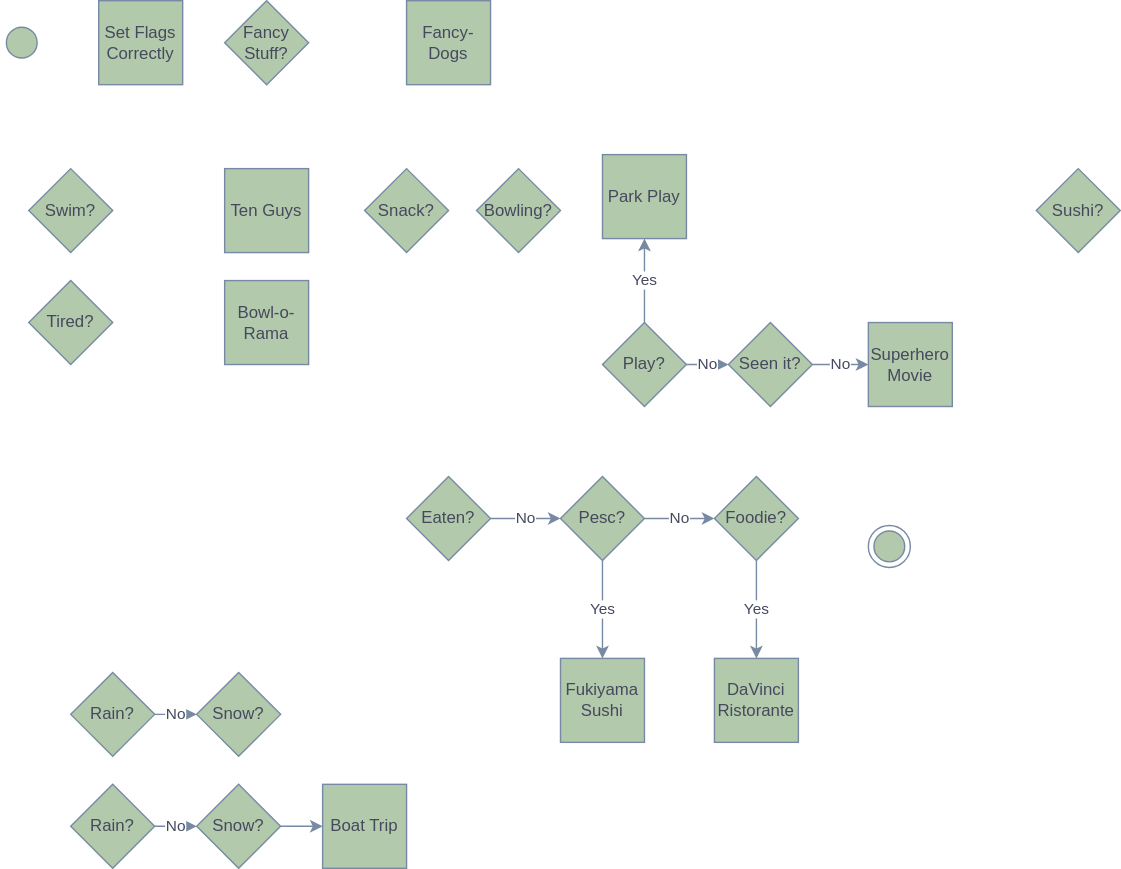
Earlier version of the draw.io export date-night-dilemma.drawio.svg (yewscion/yewscion). Source tidied: cells renumbered, new cells last; positions are measured from the earlier drawing's top-left corner, leaving out a move shared by most shapes.
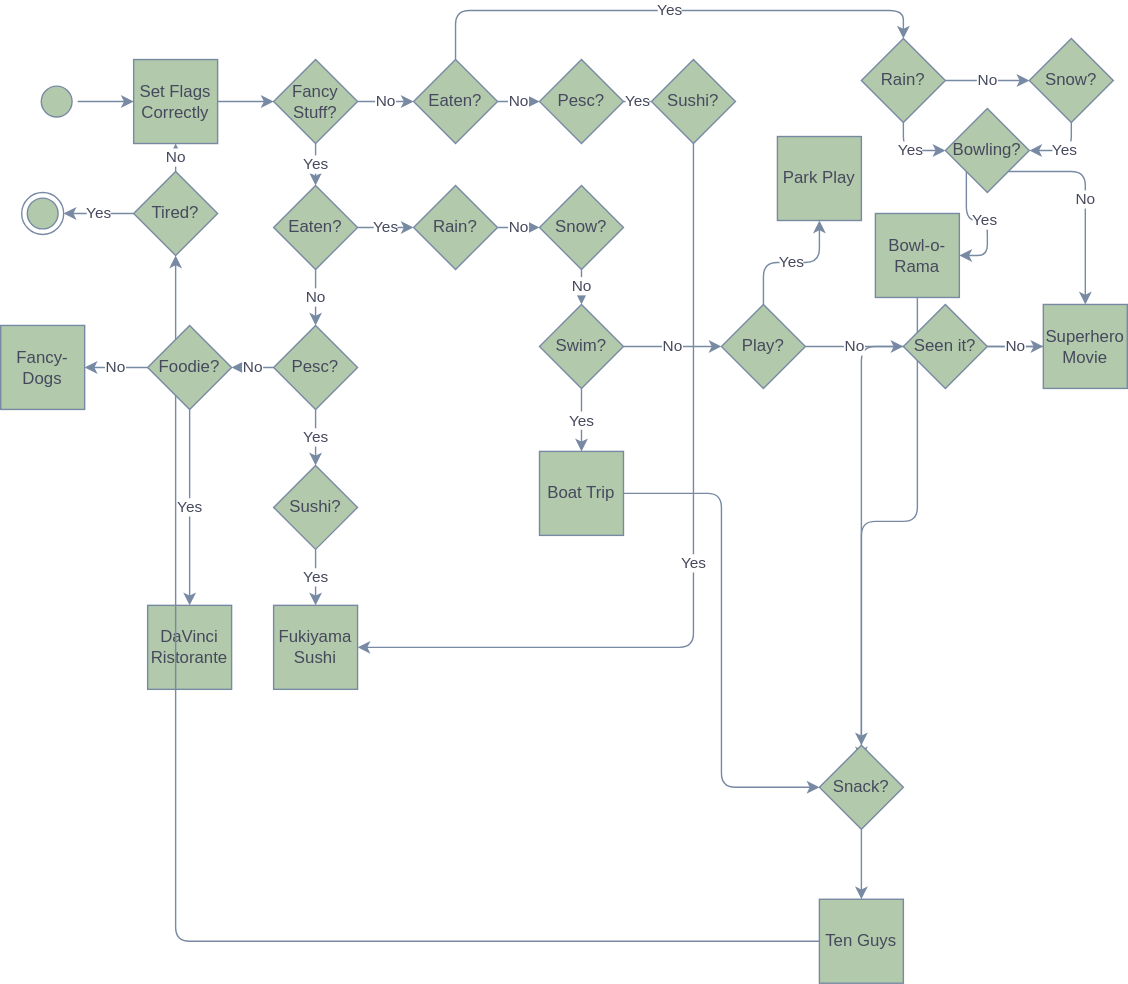
The same diagram one commit later.

What changed in the source:
```diff
@@ -2,71 +2,110 @@
   <root>
     <mxCell id="0" />
     <mxCell id="1" parent="0" />
+    <mxCell id="38" style="edgeStyle=orthogonalEdgeStyle;curved=0;rounded=1;sketch=0;jettySize=auto;html=1;fontColor=#46495D;strokeColor=#788AA3;fillColor=#B2C9AB;" parent="1" edge="1" source="2" target="28">
+      <mxGeometry relative="1" as="geometry" />
+    </mxCell>
     <mxCell id="2" style="ellipse;html=1;shape=startState;fillColor=#B2C9AB;strokeColor=#788AA3;fontColor=#46495D;" parent="1" vertex="1">
       <mxGeometry y="15" width="30" height="30" as="geometry" />
     </mxCell>
     <mxCell id="3" value="&lt;div&gt;DaVinci&lt;/div&gt;&lt;div&gt;Ristorante&lt;br&gt;&lt;/div&gt;" style="rounded=0;whiteSpace=wrap;html=1;fillColor=#B2C9AB;strokeColor=#788AA3;fontColor=#46495D;" parent="1" vertex="1">
-      <mxGeometry x="510" y="470" width="60" height="60" as="geometry" />
+      <mxGeometry x="80" y="390" width="60" height="60" as="geometry" />
     </mxCell>
+    <mxCell id="39" style="edgeStyle=orthogonalEdgeStyle;curved=0;rounded=1;sketch=0;jettySize=auto;html=1;entryX=0.5;entryY=0;entryDx=0;entryDy=0;fontColor=#46495D;strokeColor=#788AA3;fillColor=#B2C9AB;" parent="1" edge="1" source="4" target="21">
+      <mxGeometry relative="1" as="geometry" />
+    </mxCell>
     <mxCell id="4" value="&lt;div&gt;Superhero&lt;/div&gt;&lt;div&gt;Movie&lt;br&gt;&lt;/div&gt;" style="rounded=0;whiteSpace=wrap;html=1;fillColor=#B2C9AB;strokeColor=#788AA3;fontColor=#46495D;" parent="1" vertex="1">
-      <mxGeometry x="620" y="230" width="60" height="60" as="geometry" />
+      <mxGeometry x="720" y="175" width="60" height="60" as="geometry" />
     </mxCell>
     <mxCell id="5" value="Park Play" style="rounded=0;whiteSpace=wrap;html=1;fillColor=#B2C9AB;strokeColor=#788AA3;fontColor=#46495D;" parent="1" vertex="1">
-      <mxGeometry x="430" y="110" width="60" height="60" as="geometry" />
+      <mxGeometry x="530" y="55" width="60" height="60" as="geometry" />
     </mxCell>
     <mxCell id="6" value="Fukiyama Sushi" style="rounded=0;whiteSpace=wrap;html=1;fillColor=#B2C9AB;strokeColor=#788AA3;fontColor=#46495D;" parent="1" vertex="1">
-      <mxGeometry x="400" y="470" width="60" height="60" as="geometry" />
+      <mxGeometry x="170" y="390" width="60" height="60" as="geometry" />
     </mxCell>
+    <mxCell id="40" style="edgeStyle=orthogonalEdgeStyle;curved=0;rounded=1;sketch=0;jettySize=auto;html=1;entryX=0;entryY=0.5;entryDx=0;entryDy=0;fontColor=#46495D;strokeColor=#788AA3;fillColor=#B2C9AB;" parent="1" edge="1" source="7" target="21">
+      <mxGeometry relative="1" as="geometry" />
+    </mxCell>
     <mxCell id="7" value="Boat Trip" style="rounded=0;whiteSpace=wrap;html=1;fillColor=#B2C9AB;strokeColor=#788AA3;fontColor=#46495D;" parent="1" vertex="1">
-      <mxGeometry x="230" y="560" width="60" height="60" as="geometry" />
+      <mxGeometry x="360" y="280" width="60" height="60" as="geometry" />
     </mxCell>
+    <mxCell id="41" style="edgeStyle=orthogonalEdgeStyle;curved=0;rounded=1;sketch=0;jettySize=auto;html=1;entryX=0.5;entryY=0.167;entryDx=0;entryDy=0;entryPerimeter=0;fontColor=#46495D;strokeColor=#788AA3;fillColor=#B2C9AB;" parent="1" edge="1" source="8" target="21">
+      <mxGeometry relative="1" as="geometry" />
+    </mxCell>
     <mxCell id="8" value="Bowl-o-Rama" style="rounded=0;whiteSpace=wrap;html=1;fillColor=#B2C9AB;strokeColor=#788AA3;fontColor=#46495D;" parent="1" vertex="1">
-      <mxGeometry x="160" y="200" width="60" height="60" as="geometry" />
+      <mxGeometry x="600" y="110" width="60" height="60" as="geometry" />
     </mxCell>
     <mxCell id="9" value="Fancy-Dogs" style="rounded=0;whiteSpace=wrap;html=1;fillColor=#B2C9AB;strokeColor=#788AA3;fontColor=#46495D;" parent="1" vertex="1">
-      <mxGeometry x="290" width="60" height="60" as="geometry" />
+      <mxGeometry x="-25" y="190" width="60" height="60" as="geometry" />
     </mxCell>
+    <mxCell id="42" style="edgeStyle=orthogonalEdgeStyle;curved=0;rounded=1;sketch=0;jettySize=auto;html=1;fontColor=#46495D;strokeColor=#788AA3;fillColor=#B2C9AB;" parent="1" edge="1" source="10" target="11">
+      <mxGeometry relative="1" as="geometry" />
+    </mxCell>
     <mxCell id="10" value="Ten Guys" style="rounded=0;whiteSpace=wrap;html=1;fillColor=#B2C9AB;strokeColor=#788AA3;fontColor=#46495D;" parent="1" vertex="1">
-      <mxGeometry x="160" y="120" width="60" height="60" as="geometry" />
+      <mxGeometry x="560" y="600" width="60" height="60" as="geometry" />
     </mxCell>
+    <mxCell id="43" value="No" style="edgeStyle=orthogonalEdgeStyle;curved=0;rounded=1;sketch=0;jettySize=auto;html=1;fontColor=#46495D;strokeColor=#788AA3;fillColor=#B2C9AB;" parent="1" edge="1" source="11" target="28">
+      <mxGeometry relative="1" as="geometry" />
+    </mxCell>
+    <mxCell id="44" value="Yes" style="edgeStyle=orthogonalEdgeStyle;curved=0;rounded=1;sketch=0;jettySize=auto;html=1;fontColor=#46495D;strokeColor=#788AA3;fillColor=#B2C9AB;" parent="1" edge="1" source="11" target="29">
+      <mxGeometry relative="1" as="geometry" />
+    </mxCell>
     <mxCell id="11" value="&lt;div&gt;Tired?&lt;br&gt;&lt;/div&gt;" style="rhombus;whiteSpace=wrap;html=1;fillColor=#B2C9AB;strokeColor=#788AA3;fontColor=#46495D;" parent="1" vertex="1">
-      <mxGeometry x="20" y="200" width="60" height="60" as="geometry" />
+      <mxGeometry x="70" y="80" width="60" height="60" as="geometry" />
     </mxCell>
     <mxCell id="12" value="No" style="edgeStyle=orthogonalEdgeStyle;curved=0;rounded=1;sketch=0;jettySize=auto;html=1;fontColor=#46495D;strokeColor=#788AA3;fillColor=#B2C9AB;" parent="1" edge="1" source="14" target="23">
       <mxGeometry relative="1" as="geometry" />
     </mxCell>
-    <mxCell id="13" value="Yes" style="edgeStyle=orthogonalEdgeStyle;curved=0;rounded=1;sketch=0;jettySize=auto;html=1;fontColor=#46495D;strokeColor=#788AA3;fillColor=#B2C9AB;" parent="1" edge="1" source="14" target="6">
-      <mxGeometry relative="1" as="geometry" />
-    </mxCell>
+    <mxCell id="45" value="Yes" style="edgeStyle=orthogonalEdgeStyle;curved=0;rounded=1;sketch=0;jettySize=auto;html=1;fontColor=#46495D;strokeColor=#788AA3;fillColor=#B2C9AB;" parent="1" edge="1" source="14" target="15">
+      <mxGeometry relative="1" as="geometry" />
+    </mxCell>
     <mxCell id="14" value="Pesc?" style="rhombus;whiteSpace=wrap;html=1;fillColor=#B2C9AB;strokeColor=#788AA3;fontColor=#46495D;" parent="1" vertex="1">
-      <mxGeometry x="400" y="340" width="60" height="60" as="geometry" />
+      <mxGeometry x="170" y="190" width="60" height="60" as="geometry" />
     </mxCell>
+    <mxCell id="46" value="Yes" style="edgeStyle=orthogonalEdgeStyle;curved=0;rounded=1;sketch=0;jettySize=auto;html=1;fontColor=#46495D;strokeColor=#788AA3;fillColor=#B2C9AB;" parent="1" edge="1" source="15" target="6">
+      <mxGeometry relative="1" as="geometry" />
+    </mxCell>
     <mxCell id="15" value="Sushi?" style="rhombus;whiteSpace=wrap;html=1;fillColor=#B2C9AB;strokeColor=#788AA3;fontColor=#46495D;" parent="1" vertex="1">
-      <mxGeometry x="740" y="120" width="60" height="60" as="geometry" />
+      <mxGeometry x="170" y="290" width="60" height="60" as="geometry" />
     </mxCell>
-    <mxCell id="16" value="No" style="edgeStyle=orthogonalEdgeStyle;curved=0;rounded=1;sketch=0;jettySize=auto;html=1;fontColor=#46495D;strokeColor=#788AA3;fillColor=#B2C9AB;" parent="1" edge="1" source="17" target="14">
+    <mxCell id="16" value="No" style="edgeStyle=orthogonalEdgeStyle;curved=0;rounded=1;sketch=0;jettySize=auto;html=1;fontColor=#46495D;strokeColor=#788AA3;fillColor=#B2C9AB;exitX=0.5;exitY=1;exitDx=0;exitDy=0;" parent="1" edge="1" source="17" target="14">
       <mxGeometry relative="1" as="geometry" />
     </mxCell>
+    <mxCell id="47" value="Yes" style="edgeStyle=orthogonalEdgeStyle;curved=0;rounded=1;sketch=0;jettySize=auto;html=1;fontColor=#46495D;strokeColor=#788AA3;fillColor=#B2C9AB;" parent="1" edge="1" source="17" target="37">
+      <mxGeometry relative="1" as="geometry" />
+    </mxCell>
     <mxCell id="17" value="Eaten?" style="rhombus;whiteSpace=wrap;html=1;fillColor=#B2C9AB;strokeColor=#788AA3;fontColor=#46495D;" parent="1" vertex="1">
-      <mxGeometry x="290" y="340" width="60" height="60" as="geometry" />
+      <mxGeometry x="170" y="90" width="60" height="60" as="geometry" />
     </mxCell>
     <mxCell id="18" value="No" style="edgeStyle=orthogonalEdgeStyle;curved=0;rounded=1;sketch=0;jettySize=auto;html=1;fontColor=#46495D;strokeColor=#788AA3;fillColor=#B2C9AB;" parent="1" edge="1" source="19" target="4">
       <mxGeometry relative="1" as="geometry" />
     </mxCell>
     <mxCell id="19" value="Seen it?" style="rhombus;whiteSpace=wrap;html=1;fillColor=#B2C9AB;strokeColor=#788AA3;fontColor=#46495D;" parent="1" vertex="1">
-      <mxGeometry x="520" y="230" width="60" height="60" as="geometry" />
+      <mxGeometry x="620" y="175" width="60" height="60" as="geometry" />
     </mxCell>
+    <mxCell id="48" value="Yes" style="edgeStyle=orthogonalEdgeStyle;curved=0;rounded=1;sketch=0;jettySize=auto;html=1;exitX=0;exitY=1;exitDx=0;exitDy=0;entryX=1;entryY=0.5;entryDx=0;entryDy=0;fontColor=#46495D;strokeColor=#788AA3;fillColor=#B2C9AB;" parent="1" edge="1" source="20" target="8">
+      <mxGeometry relative="1" as="geometry" />
+    </mxCell>
+    <mxCell id="49" value="No" style="edgeStyle=orthogonalEdgeStyle;curved=0;rounded=1;sketch=0;jettySize=auto;html=1;exitX=1;exitY=1;exitDx=0;exitDy=0;entryX=0.5;entryY=0;entryDx=0;entryDy=0;fontColor=#46495D;strokeColor=#788AA3;fillColor=#B2C9AB;" parent="1" edge="1" source="20" target="4">
+      <mxGeometry relative="1" as="geometry" />
+    </mxCell>
     <mxCell id="20" value="Bowling?" style="rhombus;whiteSpace=wrap;html=1;fillColor=#B2C9AB;strokeColor=#788AA3;fontColor=#46495D;" parent="1" vertex="1">
-      <mxGeometry x="340" y="120" width="60" height="60" as="geometry" />
+      <mxGeometry x="650" y="35" width="60" height="60" as="geometry" />
     </mxCell>
+    <mxCell id="50" style="edgeStyle=orthogonalEdgeStyle;curved=0;rounded=1;sketch=0;jettySize=auto;html=1;fontColor=#46495D;strokeColor=#788AA3;fillColor=#B2C9AB;" parent="1" edge="1" source="21" target="10">
+      <mxGeometry relative="1" as="geometry" />
+    </mxCell>
     <mxCell id="21" value="Snack?" style="rhombus;whiteSpace=wrap;html=1;fillColor=#B2C9AB;strokeColor=#788AA3;fontColor=#46495D;" parent="1" vertex="1">
-      <mxGeometry x="260" y="120" width="60" height="60" as="geometry" />
+      <mxGeometry x="560" y="490" width="60" height="60" as="geometry" />
     </mxCell>
     <mxCell id="22" value="Yes" style="edgeStyle=orthogonalEdgeStyle;curved=0;rounded=1;sketch=0;jettySize=auto;html=1;fontColor=#46495D;strokeColor=#788AA3;fillColor=#B2C9AB;" parent="1" edge="1" source="23" target="3">
       <mxGeometry relative="1" as="geometry" />
     </mxCell>
+    <mxCell id="51" value="No" style="edgeStyle=orthogonalEdgeStyle;curved=0;rounded=1;sketch=0;jettySize=auto;html=1;fontColor=#46495D;strokeColor=#788AA3;fillColor=#B2C9AB;" parent="1" edge="1" source="23" target="9">
+      <mxGeometry relative="1" as="geometry" />
+    </mxCell>
     <mxCell id="23" value="Foodie?" style="rhombus;whiteSpace=wrap;html=1;fillColor=#B2C9AB;strokeColor=#788AA3;fontColor=#46495D;" parent="1" vertex="1">
-      <mxGeometry x="510" y="340" width="60" height="60" as="geometry" />
+      <mxGeometry x="80" y="190" width="60" height="60" as="geometry" />
     </mxCell>
     <mxCell id="24" value="No" style="edgeStyle=orthogonalEdgeStyle;curved=0;rounded=1;sketch=0;jettySize=auto;html=1;fontColor=#46495D;strokeColor=#788AA3;fillColor=#B2C9AB;" parent="1" edge="1" source="26" target="19">
       <mxGeometry relative="1" as="geometry" />
@@ -75,40 +114,82 @@
       <mxGeometry relative="1" as="geometry" />
     </mxCell>
     <mxCell id="26" value="Play?" style="rhombus;whiteSpace=wrap;html=1;fillColor=#B2C9AB;strokeColor=#788AA3;fontColor=#46495D;" parent="1" vertex="1">
-      <mxGeometry x="430" y="230" width="60" height="60" as="geometry" />
+      <mxGeometry x="490" y="175" width="60" height="60" as="geometry" />
     </mxCell>
+    <mxCell id="52" value="Yes" style="edgeStyle=orthogonalEdgeStyle;curved=0;rounded=1;sketch=0;jettySize=auto;html=1;fontColor=#46495D;strokeColor=#788AA3;fillColor=#B2C9AB;" parent="1" edge="1" source="27" target="7">
+      <mxGeometry relative="1" as="geometry" />
+    </mxCell>
+    <mxCell id="53" value="&lt;div&gt;No&lt;/div&gt;" style="edgeStyle=orthogonalEdgeStyle;curved=0;rounded=1;sketch=0;jettySize=auto;html=1;exitX=1;exitY=0.5;exitDx=0;exitDy=0;entryX=0;entryY=0.5;entryDx=0;entryDy=0;fontColor=#46495D;strokeColor=#788AA3;fillColor=#B2C9AB;" parent="1" edge="1" source="27" target="26">
+      <mxGeometry relative="1" as="geometry" />
+    </mxCell>
     <mxCell id="27" value="Swim?" style="rhombus;whiteSpace=wrap;html=1;fillColor=#B2C9AB;strokeColor=#788AA3;fontColor=#46495D;" parent="1" vertex="1">
-      <mxGeometry x="20" y="120" width="60" height="60" as="geometry" />
+      <mxGeometry x="360" y="175" width="60" height="60" as="geometry" />
     </mxCell>
+    <mxCell id="54" style="edgeStyle=orthogonalEdgeStyle;curved=0;rounded=1;sketch=0;jettySize=auto;html=1;fontColor=#46495D;strokeColor=#788AA3;fillColor=#B2C9AB;" parent="1" edge="1" source="28" target="30">
+      <mxGeometry relative="1" as="geometry" />
+    </mxCell>
     <mxCell id="28" value="Set Flags Correctly" style="rounded=0;whiteSpace=wrap;html=1;fillColor=#B2C9AB;strokeColor=#788AA3;fontColor=#46495D;" parent="1" vertex="1">
       <mxGeometry x="70" width="60" height="60" as="geometry" />
     </mxCell>
     <mxCell id="29" style="ellipse;html=1;shape=endState;fillColor=#B2C9AB;strokeColor=#788AA3;fontColor=#46495D;" parent="1" vertex="1">
-      <mxGeometry x="620" y="375" width="30" height="30" as="geometry" />
+      <mxGeometry x="-10" y="95" width="30" height="30" as="geometry" />
     </mxCell>
+    <mxCell id="55" value="Yes" style="edgeStyle=orthogonalEdgeStyle;curved=0;rounded=1;sketch=0;jettySize=auto;html=1;fontColor=#46495D;strokeColor=#788AA3;fillColor=#B2C9AB;" parent="1" edge="1" source="30" target="17">
+      <mxGeometry relative="1" as="geometry" />
+    </mxCell>
+    <mxCell id="56" value="No" style="edgeStyle=orthogonalEdgeStyle;curved=0;rounded=1;sketch=0;jettySize=auto;html=1;fontColor=#46495D;strokeColor=#788AA3;fillColor=#B2C9AB;" parent="1" edge="1" source="30" target="62">
+      <mxGeometry relative="1" as="geometry" />
+    </mxCell>
     <mxCell id="30" value="&lt;div&gt;Fancy&lt;/div&gt;&lt;div&gt;Stuff?&lt;/div&gt;" style="rhombus;whiteSpace=wrap;html=1;fillColor=#B2C9AB;strokeColor=#788AA3;fontColor=#46495D;" parent="1" vertex="1">
-      <mxGeometry x="160" width="60" height="60" as="geometry" />
+      <mxGeometry x="170" width="60" height="60" as="geometry" />
     </mxCell>
+    <mxCell id="57" value="Yes" style="edgeStyle=orthogonalEdgeStyle;curved=0;rounded=1;sketch=0;jettySize=auto;html=1;fontColor=#46495D;strokeColor=#788AA3;fillColor=#B2C9AB;entryX=1;entryY=0.5;entryDx=0;entryDy=0;" parent="1" edge="1" source="31" target="20">
+      <mxGeometry relative="1" as="geometry" />
+    </mxCell>
     <mxCell id="31" value="Snow?" style="rhombus;whiteSpace=wrap;html=1;fillColor=#B2C9AB;strokeColor=#788AA3;fontColor=#46495D;" parent="1" vertex="1">
-      <mxGeometry x="140" y="480" width="60" height="60" as="geometry" />
+      <mxGeometry x="710" y="-15" width="60" height="60" as="geometry" />
     </mxCell>
     <mxCell id="32" value="No" style="edgeStyle=orthogonalEdgeStyle;curved=0;rounded=1;sketch=0;jettySize=auto;html=1;fontColor=#46495D;strokeColor=#788AA3;fillColor=#B2C9AB;" parent="1" edge="1" source="33" target="31">
       <mxGeometry relative="1" as="geometry" />
     </mxCell>
+    <mxCell id="58" value="Yes" style="edgeStyle=orthogonalEdgeStyle;curved=0;rounded=1;sketch=0;jettySize=auto;html=1;entryX=0;entryY=0.5;entryDx=0;entryDy=0;fontColor=#46495D;strokeColor=#788AA3;fillColor=#B2C9AB;" parent="1" edge="1" source="33" target="20">
+      <mxGeometry relative="1" as="geometry" />
+    </mxCell>
     <mxCell id="33" value="Rain?" style="rhombus;whiteSpace=wrap;html=1;fillColor=#B2C9AB;strokeColor=#788AA3;fontColor=#46495D;" parent="1" vertex="1">
-      <mxGeometry x="50" y="480" width="60" height="60" as="geometry" />
+      <mxGeometry x="590" y="-15" width="60" height="60" as="geometry" />
     </mxCell>
-    <mxCell id="34" style="edgeStyle=orthogonalEdgeStyle;curved=0;rounded=1;sketch=0;jettySize=auto;html=1;fontColor=#46495D;strokeColor=#788AA3;fillColor=#B2C9AB;" parent="1" edge="1" source="35" target="7">
-      <mxGeometry relative="1" as="geometry" />
-    </mxCell>
+    <mxCell id="59" value="No" style="edgeStyle=orthogonalEdgeStyle;curved=0;rounded=1;sketch=0;jettySize=auto;html=1;fontColor=#46495D;strokeColor=#788AA3;fillColor=#B2C9AB;" parent="1" edge="1" source="35" target="27">
+      <mxGeometry relative="1" as="geometry" />
+    </mxCell>
     <mxCell id="35" value="Snow?" style="rhombus;whiteSpace=wrap;html=1;fillColor=#B2C9AB;strokeColor=#788AA3;fontColor=#46495D;" parent="1" vertex="1">
-      <mxGeometry x="140" y="560" width="60" height="60" as="geometry" />
+      <mxGeometry x="360" y="90" width="60" height="60" as="geometry" />
     </mxCell>
     <mxCell id="36" value="No" style="edgeStyle=orthogonalEdgeStyle;curved=0;rounded=1;sketch=0;jettySize=auto;html=1;fontColor=#46495D;strokeColor=#788AA3;fillColor=#B2C9AB;" parent="1" edge="1" source="37" target="35">
       <mxGeometry relative="1" as="geometry" />
     </mxCell>
     <mxCell id="37" value="Rain?" style="rhombus;whiteSpace=wrap;html=1;fillColor=#B2C9AB;strokeColor=#788AA3;fontColor=#46495D;" parent="1" vertex="1">
-      <mxGeometry x="50" y="560" width="60" height="60" as="geometry" />
+      <mxGeometry x="270" y="90" width="60" height="60" as="geometry" />
     </mxCell>
+    <mxCell id="60" value="No" style="edgeStyle=orthogonalEdgeStyle;curved=0;rounded=1;sketch=0;jettySize=auto;html=1;exitX=1;exitY=0.5;exitDx=0;exitDy=0;entryX=0;entryY=0.5;entryDx=0;entryDy=0;fontColor=#46495D;strokeColor=#788AA3;fillColor=#B2C9AB;" parent="1" edge="1" source="62" target="64">
+      <mxGeometry relative="1" as="geometry" />
+    </mxCell>
+    <mxCell id="61" value="Yes" style="edgeStyle=orthogonalEdgeStyle;curved=0;rounded=1;sketch=0;jettySize=auto;html=1;entryX=0.5;entryY=0;entryDx=0;entryDy=0;fontColor=#46495D;strokeColor=#788AA3;fillColor=#B2C9AB;exitX=0.5;exitY=0;exitDx=0;exitDy=0;" parent="1" edge="1" source="62" target="33">
+      <mxGeometry relative="1" as="geometry" />
+    </mxCell>
+    <mxCell id="62" value="Eaten?" style="rhombus;whiteSpace=wrap;html=1;fillColor=#B2C9AB;strokeColor=#788AA3;fontColor=#46495D;" parent="1" vertex="1">
+      <mxGeometry x="270" width="60" height="60" as="geometry" />
+    </mxCell>
+    <mxCell id="63" value="Yes" style="edgeStyle=orthogonalEdgeStyle;curved=0;rounded=1;sketch=0;jettySize=auto;html=1;exitX=1;exitY=0.5;exitDx=0;exitDy=0;entryX=0;entryY=0.5;entryDx=0;entryDy=0;fontColor=#46495D;strokeColor=#788AA3;fillColor=#B2C9AB;" parent="1" edge="1" source="64" target="66">
+      <mxGeometry relative="1" as="geometry" />
+    </mxCell>
+    <mxCell id="64" value="Pesc?" style="rhombus;whiteSpace=wrap;html=1;fillColor=#B2C9AB;strokeColor=#788AA3;fontColor=#46495D;" parent="1" vertex="1">
+      <mxGeometry x="360" width="60" height="60" as="geometry" />
+    </mxCell>
+    <mxCell id="65" value="Yes" style="edgeStyle=orthogonalEdgeStyle;curved=0;rounded=1;sketch=0;jettySize=auto;html=1;exitX=0.5;exitY=1;exitDx=0;exitDy=0;entryX=1;entryY=0.5;entryDx=0;entryDy=0;fontColor=#46495D;strokeColor=#788AA3;fillColor=#B2C9AB;" parent="1" edge="1" source="66" target="6">
+      <mxGeometry relative="1" as="geometry" />
+    </mxCell>
+    <mxCell id="66" value="Sushi?" style="rhombus;whiteSpace=wrap;html=1;fillColor=#B2C9AB;strokeColor=#788AA3;fontColor=#46495D;" parent="1" vertex="1">
+      <mxGeometry x="440" width="60" height="60" as="geometry" />
+    </mxCell>
   </root>
 </mxGraphModel>
```
